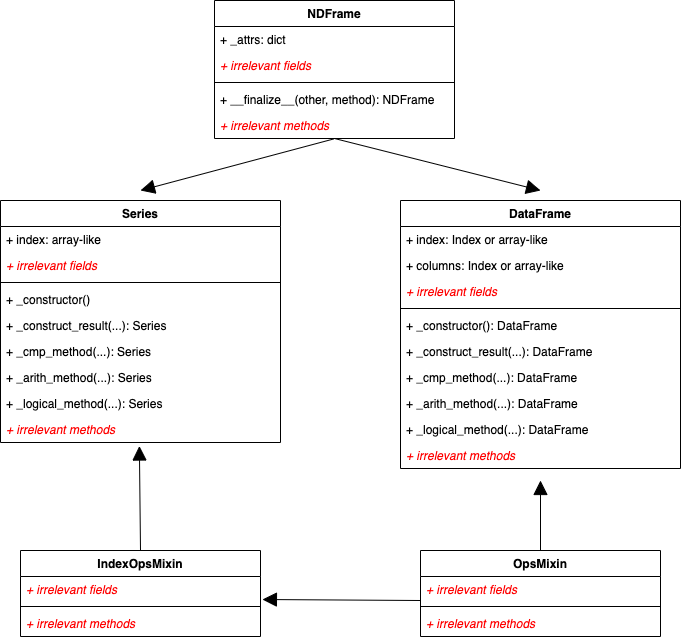
This is assignment4_uml.png from philipjoelsson/pandas, a draw.io export, as it was before one commit. Source tidied: cells renumbered, new cells last; positions are measured from the earlier drawing's top-left corner, leaving out a move shared by most shapes. Source of this version:
```xml
<mxGraphModel>
  <root>
    <mxCell id="0" />
    <mxCell id="1" parent="0" />
    <mxCell id="2" value="Series" style="swimlane;fontStyle=1;align=center;verticalAlign=top;horizontal=1;startSize=26;" parent="1" vertex="1">
      <mxGeometry y="200" width="280" height="242" as="geometry" />
    </mxCell>
    <mxCell id="3" value="+ index: array-like" style="text;strokeColor=none;fillColor=none;align=left;verticalAlign=top;spacingLeft=4;spacingRight=4;overflow=hidden;" parent="2" vertex="1">
      <mxGeometry y="26" width="280" height="26" as="geometry" />
    </mxCell>
    <mxCell id="4" value="+ irrelevant fields" style="text;strokeColor=none;fillColor=none;align=left;verticalAlign=top;spacingLeft=4;spacingRight=4;overflow=hidden;fontStyle=2;fontColor=#FF0000;" parent="2" vertex="1">
      <mxGeometry y="52" width="280" height="26" as="geometry" />
    </mxCell>
    <mxCell id="5" style="line;strokeWidth=1;fillColor=none;align=left;verticalAlign=middle;spacingTop=-1;spacingLeft=3;spacingRight=3;labelPosition=right;strokeColor=inherit;" parent="2" vertex="1">
      <mxGeometry y="78" width="280" height="8" as="geometry" />
    </mxCell>
    <mxCell id="6" value="+ _constructor()" style="text;strokeColor=none;fillColor=none;align=left;verticalAlign=top;spacingLeft=4;spacingRight=4;overflow=hidden;" parent="2" vertex="1">
      <mxGeometry y="86" width="280" height="26" as="geometry" />
    </mxCell>
    <mxCell id="7" value="+ _construct_result(...): Series" style="text;strokeColor=none;fillColor=none;align=left;verticalAlign=top;spacingLeft=4;spacingRight=4;overflow=hidden;" parent="2" vertex="1">
      <mxGeometry y="112" width="280" height="26" as="geometry" />
    </mxCell>
    <mxCell id="8" value="+ _cmp_method(...): Series" style="text;strokeColor=none;fillColor=none;align=left;verticalAlign=top;spacingLeft=4;spacingRight=4;overflow=hidden;" parent="2" vertex="1">
      <mxGeometry y="138" width="280" height="26" as="geometry" />
    </mxCell>
    <mxCell id="9" value="+ _arith_method(...): Series" style="text;strokeColor=none;fillColor=none;align=left;verticalAlign=top;spacingLeft=4;spacingRight=4;overflow=hidden;" parent="2" vertex="1">
      <mxGeometry y="164" width="280" height="26" as="geometry" />
    </mxCell>
    <mxCell id="10" value="+ _logical_method(...): Series" style="text;strokeColor=none;fillColor=none;align=left;verticalAlign=top;spacingLeft=4;spacingRight=4;overflow=hidden;" parent="2" vertex="1">
      <mxGeometry y="190" width="280" height="26" as="geometry" />
    </mxCell>
    <mxCell id="11" value="+ irrelevant methods" style="text;strokeColor=none;fillColor=none;align=left;verticalAlign=top;spacingLeft=4;spacingRight=4;overflow=hidden;points=[[0,0.5],[1,0.5]];portConstraint=eastwest;fontStyle=2;fontColor=#FF0000;" parent="2" vertex="1">
      <mxGeometry y="216" width="280" height="26" as="geometry" />
    </mxCell>
    <mxCell id="12" value="NDFrame" style="swimlane;fontStyle=1;align=center;verticalAlign=top;horizontal=1;startSize=26;" parent="1" vertex="1">
      <mxGeometry x="214" width="240" height="138" as="geometry" />
    </mxCell>
    <mxCell id="13" value="+ _attrs: dict" style="text;strokeColor=none;fillColor=none;align=left;verticalAlign=top;spacingLeft=4;spacingRight=4;overflow=hidden;" parent="12" vertex="1">
      <mxGeometry y="26" width="240" height="26" as="geometry" />
    </mxCell>
    <mxCell id="14" value="+ irrelevant fields" style="text;strokeColor=none;fillColor=none;align=left;verticalAlign=top;spacingLeft=4;spacingRight=4;overflow=hidden;fontStyle=2;fontColor=#FF0000;" parent="12" vertex="1">
      <mxGeometry y="52" width="240" height="26" as="geometry" />
    </mxCell>
    <mxCell id="15" style="line;strokeWidth=1;fillColor=none;align=left;verticalAlign=middle;spacingTop=-1;spacingLeft=3;spacingRight=3;labelPosition=right;strokeColor=inherit;" parent="12" vertex="1">
      <mxGeometry y="78" width="240" height="8" as="geometry" />
    </mxCell>
    <mxCell id="16" value="+ __finalize__(other, method): NDFrame" style="text;strokeColor=none;fillColor=none;align=left;verticalAlign=top;spacingLeft=4;spacingRight=4;overflow=hidden;" parent="12" vertex="1">
      <mxGeometry y="86" width="240" height="26" as="geometry" />
    </mxCell>
    <mxCell id="17" value="+ irrelevant methods" style="text;strokeColor=none;fillColor=none;align=left;verticalAlign=top;spacingLeft=4;spacingRight=4;overflow=hidden;points=[[0,0.5],[1,0.5]];portConstraint=eastwest;fontStyle=2;fontColor=#FF0000;" parent="12" vertex="1">
      <mxGeometry y="112" width="240" height="26" as="geometry" />
    </mxCell>
    <mxCell id="18" value="IndexOpsMixin" style="swimlane;fontStyle=1;align=center;verticalAlign=top;horizontal=1;startSize=26;" parent="1" vertex="1">
      <mxGeometry x="20" y="550" width="240" height="86" as="geometry" />
    </mxCell>
    <mxCell id="19" value="+ irrelevant fields" style="text;strokeColor=none;fillColor=none;align=left;verticalAlign=top;spacingLeft=4;spacingRight=4;overflow=hidden;points=[[0,0.5],[1,0.5]];portConstraint=eastwest;fontStyle=2;fontColor=#FF0000;" parent="18" vertex="1">
      <mxGeometry y="26" width="240" height="26" as="geometry" />
    </mxCell>
    <mxCell id="20" style="line;strokeWidth=1;fillColor=none;align=left;verticalAlign=middle;spacingTop=-1;spacingLeft=3;spacingRight=3;labelPosition=right;strokeColor=inherit;" parent="18" vertex="1">
      <mxGeometry y="52" width="240" height="8" as="geometry" />
    </mxCell>
    <mxCell id="21" value="+ irrelevant methods" style="text;strokeColor=none;fillColor=none;align=left;verticalAlign=top;spacingLeft=4;spacingRight=4;overflow=hidden;fontStyle=2;fontColor=#FF0000;" parent="18" vertex="1">
      <mxGeometry y="60" width="240" height="26" as="geometry" />
    </mxCell>
    <mxCell id="22" style="edgeStyle=orthogonalEdgeStyle;rounded=0;jettySize=auto;html=1;endArrow=block;endFill=1;endSize=12;" parent="1" edge="1" source="23">
      <mxGeometry relative="1" as="geometry">
        <mxPoint x="540" y="480" as="targetPoint" />
      </mxGeometry>
    </mxCell>
    <mxCell id="23" value="OpsMixin" style="swimlane;fontStyle=1;align=center;verticalAlign=top;horizontal=1;startSize=26;" parent="1" vertex="1">
      <mxGeometry x="420" y="550" width="240" height="86" as="geometry" />
    </mxCell>
    <mxCell id="24" value="+ irrelevant fields" style="text;strokeColor=none;fillColor=none;align=left;verticalAlign=top;spacingLeft=4;spacingRight=4;overflow=hidden;points=[[0,0.5],[1,0.5]];portConstraint=eastwest;fontStyle=2;fontColor=#FF0000;" parent="23" vertex="1">
      <mxGeometry y="26" width="240" height="26" as="geometry" />
    </mxCell>
    <mxCell id="25" style="line;strokeWidth=1;fillColor=none;align=left;verticalAlign=middle;spacingTop=-1;spacingLeft=3;spacingRight=3;labelPosition=right;strokeColor=inherit;" parent="23" vertex="1">
      <mxGeometry y="52" width="240" height="8" as="geometry" />
    </mxCell>
    <mxCell id="26" value="+ irrelevant methods" style="text;strokeColor=none;fillColor=none;align=left;verticalAlign=top;spacingLeft=4;spacingRight=4;overflow=hidden;fontStyle=2;fontColor=#FF0000;" parent="23" vertex="1">
      <mxGeometry y="60" width="240" height="26" as="geometry" />
    </mxCell>
    <mxCell id="27" value="DataFrame" style="swimlane;fontStyle=1;align=center;verticalAlign=top;horizontal=1;startSize=26;" parent="1" vertex="1">
      <mxGeometry x="400" y="200" width="280" height="268" as="geometry" />
    </mxCell>
    <mxCell id="28" value="+ index: Index or array-like" style="text;strokeColor=none;fillColor=none;align=left;verticalAlign=top;spacingLeft=4;spacingRight=4;overflow=hidden;" parent="27" vertex="1">
      <mxGeometry y="26" width="280" height="26" as="geometry" />
    </mxCell>
    <mxCell id="29" value="+ columns: Index or array-like" style="text;strokeColor=none;fillColor=none;align=left;verticalAlign=top;spacingLeft=4;spacingRight=4;overflow=hidden;" parent="27" vertex="1">
      <mxGeometry y="52" width="280" height="26" as="geometry" />
    </mxCell>
    <mxCell id="30" value="+ irrelevant fields" style="text;strokeColor=none;fillColor=none;align=left;verticalAlign=top;spacingLeft=4;spacingRight=4;overflow=hidden;fontStyle=2;fontColor=#FF0000;" parent="27" vertex="1">
      <mxGeometry y="78" width="280" height="26" as="geometry" />
    </mxCell>
    <mxCell id="31" style="line;strokeWidth=1;fillColor=none;align=left;verticalAlign=middle;spacingTop=-1;spacingLeft=3;spacingRight=3;labelPosition=right;strokeColor=inherit;" parent="27" vertex="1">
      <mxGeometry y="104" width="280" height="8" as="geometry" />
    </mxCell>
    <mxCell id="32" value="+ _constructor(): DataFrame" style="text;strokeColor=none;fillColor=none;align=left;verticalAlign=top;spacingLeft=4;spacingRight=4;overflow=hidden;" parent="27" vertex="1">
      <mxGeometry y="112" width="280" height="26" as="geometry" />
    </mxCell>
    <mxCell id="33" value="+ _construct_result(...): DataFrame" style="text;strokeColor=none;fillColor=none;align=left;verticalAlign=top;spacingLeft=4;spacingRight=4;overflow=hidden;" parent="27" vertex="1">
      <mxGeometry y="138" width="280" height="26" as="geometry" />
    </mxCell>
    <mxCell id="34" value="+ _cmp_method(...): DataFrame" style="text;strokeColor=none;fillColor=none;align=left;verticalAlign=top;spacingLeft=4;spacingRight=4;overflow=hidden;" parent="27" vertex="1">
      <mxGeometry y="164" width="280" height="26" as="geometry" />
    </mxCell>
    <mxCell id="35" value="+ _arith_method(...): DataFrame" style="text;strokeColor=none;fillColor=none;align=left;verticalAlign=top;spacingLeft=4;spacingRight=4;overflow=hidden;" parent="27" vertex="1">
      <mxGeometry y="190" width="280" height="26" as="geometry" />
    </mxCell>
    <mxCell id="36" value="+ _logical_method(...): DataFrame" style="text;strokeColor=none;fillColor=none;align=left;verticalAlign=top;spacingLeft=4;spacingRight=4;overflow=hidden;" parent="27" vertex="1">
      <mxGeometry y="216" width="280" height="26" as="geometry" />
    </mxCell>
    <mxCell id="37" value="+ irrelevant methods" style="text;strokeColor=none;fillColor=none;align=left;verticalAlign=top;spacingLeft=4;spacingRight=4;overflow=hidden;points=[[0,0.5],[1,0.5]];portConstraint=eastwest;fontStyle=2;fontColor=#FF0000;" parent="27" vertex="1">
      <mxGeometry y="242" width="280" height="26" as="geometry" />
    </mxCell>
    <mxCell id="38" style="endArrow=block;html=1;rounded=0;endFill=1;endSize=12;" parent="1" edge="1">
      <mxGeometry relative="1" as="geometry">
        <mxPoint x="334" y="138" as="sourcePoint" />
        <mxPoint x="540" y="190" as="targetPoint" />
      </mxGeometry>
    </mxCell>
    <mxCell id="39" style="endArrow=block;html=1;rounded=0;endFill=1;endSize=12;exitX=0.496;exitY=1.019;exitDx=0;exitDy=0;exitPerimeter=0;" parent="1" edge="1" source="17">
      <mxGeometry relative="1" as="geometry">
        <mxPoint x="140" y="190" as="targetPoint" />
      </mxGeometry>
    </mxCell>
    <mxCell id="40" style="endArrow=block;html=1;rounded=0;endFill=1;endSize=12;entryX=0.496;entryY=1.135;entryDx=0;entryDy=0;exitX=0.5;exitY=0;exitDx=0;exitDy=0;entryPerimeter=0;" parent="1" edge="1" source="18" target="11">
      <mxGeometry relative="1" as="geometry" />
    </mxCell>
    <mxCell id="41" style="edgeStyle=orthogonalEdgeStyle;rounded=0;jettySize=auto;html=1;endArrow=block;endFill=1;endSize=12;entryX=1.008;entryY=0.885;entryDx=0;entryDy=0;entryPerimeter=0;" parent="1" edge="1" target="19">
      <mxGeometry relative="1" as="geometry">
        <mxPoint x="420" y="623" as="sourcePoint" />
        <Array as="points">
          <mxPoint x="420" y="600" />
        </Array>
      </mxGeometry>
    </mxCell>
  </root>
</mxGraphModel>
```
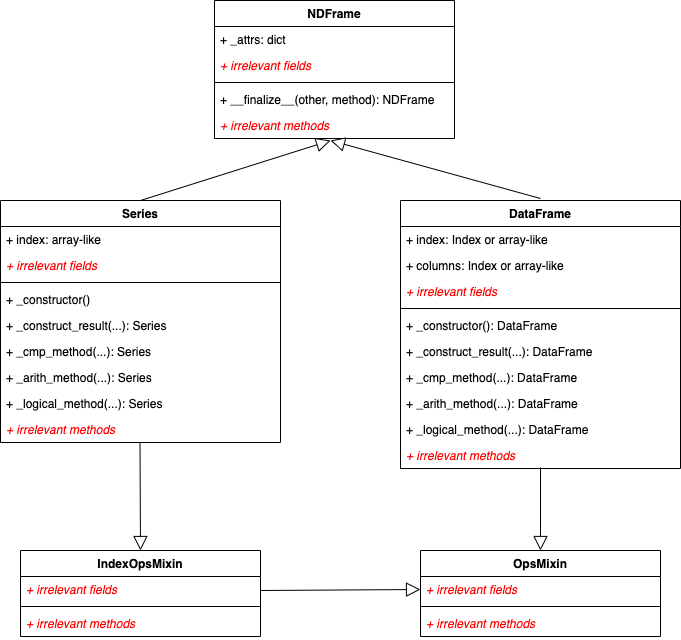
The same file after the commit.

Commit message:
updated the uml diagram

What changed in the source:
```diff
@@ -2,6 +2,11 @@
   <root>
     <mxCell id="0" />
     <mxCell id="1" parent="0" />
+    <mxCell id="42" style="rounded=0;jettySize=auto;html=1;exitX=0.5;exitY=0;exitDx=0;exitDy=0;endArrow=block;endFill=0;endSize=12;" parent="1" edge="1" source="2">
+      <mxGeometry relative="1" as="geometry">
+        <mxPoint x="330" y="140" as="targetPoint" />
+      </mxGeometry>
+    </mxCell>
     <mxCell id="2" value="Series" style="swimlane;fontStyle=1;align=center;verticalAlign=top;horizontal=1;startSize=26;" parent="1" vertex="1">
       <mxGeometry y="200" width="280" height="242" as="geometry" />
     </mxCell>
@@ -62,11 +67,6 @@
     <mxCell id="21" value="+ irrelevant methods" style="text;strokeColor=none;fillColor=none;align=left;verticalAlign=top;spacingLeft=4;spacingRight=4;overflow=hidden;fontStyle=2;fontColor=#FF0000;" parent="18" vertex="1">
       <mxGeometry y="60" width="240" height="26" as="geometry" />
     </mxCell>
-    <mxCell id="22" style="edgeStyle=orthogonalEdgeStyle;rounded=0;jettySize=auto;html=1;endArrow=block;endFill=1;endSize=12;" parent="1" edge="1" source="23">
-      <mxGeometry relative="1" as="geometry">
-        <mxPoint x="540" y="480" as="targetPoint" />
-      </mxGeometry>
-    </mxCell>
     <mxCell id="23" value="OpsMixin" style="swimlane;fontStyle=1;align=center;verticalAlign=top;horizontal=1;startSize=26;" parent="1" vertex="1">
       <mxGeometry x="420" y="550" width="240" height="86" as="geometry" />
     </mxCell>
@@ -112,27 +112,24 @@
     <mxCell id="37" value="+ irrelevant methods" style="text;strokeColor=none;fillColor=none;align=left;verticalAlign=top;spacingLeft=4;spacingRight=4;overflow=hidden;points=[[0,0.5],[1,0.5]];portConstraint=eastwest;fontStyle=2;fontColor=#FF0000;" parent="27" vertex="1">
       <mxGeometry y="242" width="280" height="26" as="geometry" />
     </mxCell>
-    <mxCell id="38" style="endArrow=block;html=1;rounded=0;endFill=1;endSize=12;" parent="1" edge="1">
-      <mxGeometry relative="1" as="geometry">
-        <mxPoint x="334" y="138" as="sourcePoint" />
-        <mxPoint x="540" y="190" as="targetPoint" />
-      </mxGeometry>
-    </mxCell>
-    <mxCell id="39" style="endArrow=block;html=1;rounded=0;endFill=1;endSize=12;exitX=0.496;exitY=1.019;exitDx=0;exitDy=0;exitPerimeter=0;" parent="1" edge="1" source="17">
-      <mxGeometry relative="1" as="geometry">
-        <mxPoint x="140" y="190" as="targetPoint" />
-      </mxGeometry>
-    </mxCell>
-    <mxCell id="40" style="endArrow=block;html=1;rounded=0;endFill=1;endSize=12;entryX=0.496;entryY=1.135;entryDx=0;entryDy=0;exitX=0.5;exitY=0;exitDx=0;exitDy=0;entryPerimeter=0;" parent="1" edge="1" source="18" target="11">
-      <mxGeometry relative="1" as="geometry" />
-    </mxCell>
-    <mxCell id="41" style="edgeStyle=orthogonalEdgeStyle;rounded=0;jettySize=auto;html=1;endArrow=block;endFill=1;endSize=12;entryX=1.008;entryY=0.885;entryDx=0;entryDy=0;entryPerimeter=0;" parent="1" edge="1" target="19">
-      <mxGeometry relative="1" as="geometry">
-        <mxPoint x="420" y="623" as="sourcePoint" />
-        <Array as="points">
-          <mxPoint x="420" y="600" />
-        </Array>
-      </mxGeometry>
-    </mxCell>
+    <mxCell id="43" style="rounded=0;orthogonalLoop=1;jettySize=auto;html=1;exitX=0.5;exitY=0;exitDx=0;exitDy=0;endArrow=block;endFill=0;endSize=12;" parent="1" edge="1">
+      <mxGeometry relative="1" as="geometry">
+        <mxPoint x="540" y="198" as="sourcePoint" />
+        <mxPoint x="330" y="140" as="targetPoint" />
+      </mxGeometry>
+    </mxCell>
+    <mxCell id="44" style="rounded=0;jettySize=auto;html=1;endArrow=block;endFill=0;endSize=12;exitX=0.5;exitY=0.962;exitDx=0;exitDy=0;exitPerimeter=0;entryX=0.5;entryY=0;entryDx=0;entryDy=0;" parent="1" edge="1" source="37" target="23">
+      <mxGeometry relative="1" as="geometry" />
+    </mxCell>
+    <mxCell id="45" style="rounded=0;jettySize=auto;html=1;endArrow=block;endFill=0;endSize=12;exitX=0.5;exitY=0.962;exitDx=0;exitDy=0;exitPerimeter=0;entryX=0;entryY=0.5;entryDx=0;entryDy=0;" parent="1" edge="1" target="24">
+      <mxGeometry relative="1" as="geometry">
+        <mxPoint x="260" y="590" as="sourcePoint" />
+      </mxGeometry>
+    </mxCell>
+    <mxCell id="46" style="rounded=0;jettySize=auto;html=1;endArrow=block;endFill=0;endSize=12;exitX=0.5;exitY=0.962;exitDx=0;exitDy=0;exitPerimeter=0;entryX=0.5;entryY=0;entryDx=0;entryDy=0;" parent="1" edge="1" target="18">
+      <mxGeometry relative="1" as="geometry">
+        <mxPoint x="139.5" y="442" as="sourcePoint" />
+      </mxGeometry>
+    </mxCell>
   </root>
 </mxGraphModel>
```
